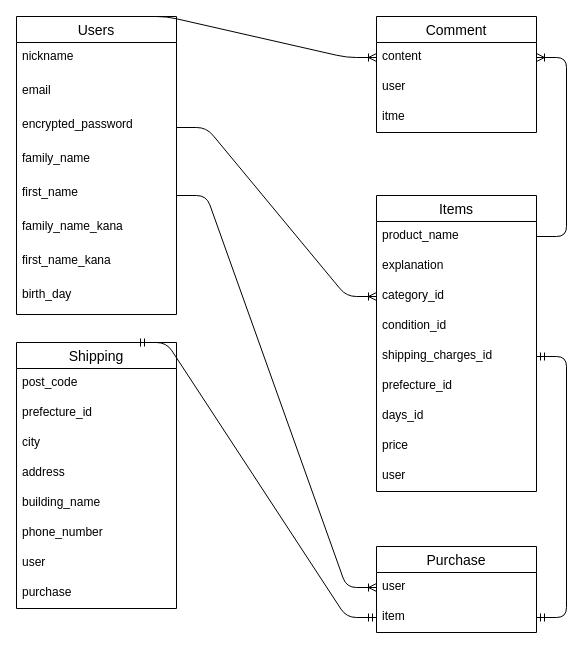
Before: ER.dio in Takapirorin/furima-37208, a draw.io diagram. Source tidied: cells renumbered, new cells numbered last; positions are measured from the earlier drawing's top-left corner, leaving out a move shared by most shapes. Both pictures are drawn from the tidied source at 100%, with x=0, y=0 at pixel (16, 16).
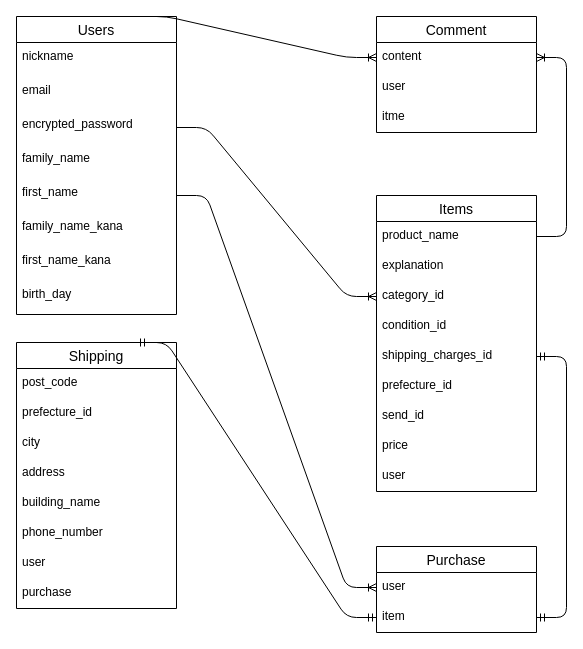
Above is the later version.

Commit message (it also covers changes not shown here):
ER図・READMEの修正5

The change refers to these unchanged cells:
```xml
<mxCell id="11" value="Items" style="swimlane;fontStyle=0;horizontal=1;startSize=26;align=center;fontSize=14;" parent="1" vertex="1">
  <mxGeometry x="360" y="179" width="160" height="296" as="geometry" />
</mxCell>
```

Change to the diagram source:
```diff
@@
-    <mxCell id="18" value="days_id" style="text;strokeColor=none;fillColor=none;spacingLeft=4;spacingRight=4;overflow=hidden;fontSize=12;" parent="11" vertex="1">
+    <mxCell id="18" value="send_id" style="text;strokeColor=none;fillColor=none;spacingLeft=4;spacingRight=4;overflow=hidden;fontSize=12;" parent="11" vertex="1">
       <mxGeometry y="206" width="160" height="30" as="geometry" />
     </mxCell>
```
